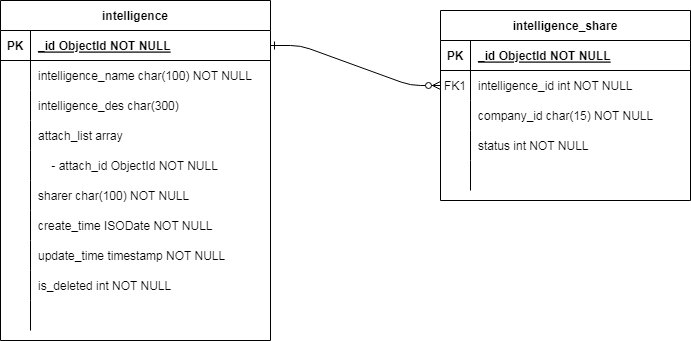
This is shared_intelligence.drawio.png from qiuliangbin/draw.io, a draw.io export, as it was before one commit. Source tidied: cells renumbered, new cells last; positions are measured from the earlier drawing's top-left corner, leaving out a move shared by most shapes.
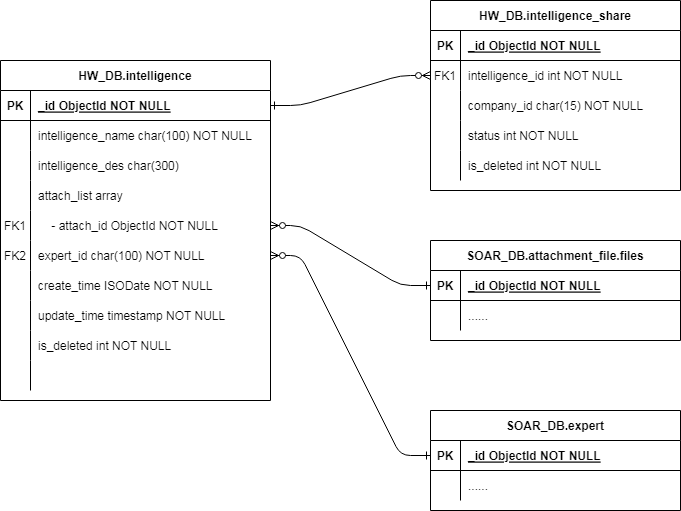
The same file after the commit.

The edit, as a diff of the source:
```diff
@@ -5,8 +5,8 @@
     <mxCell id="2" style="edgeStyle=entityRelationEdgeStyle;endArrow=ERzeroToMany;startArrow=ERone;endFill=1;startFill=0;" parent="1" edge="1" source="20" target="7">
       <mxGeometry relative="1" as="geometry" />
     </mxCell>
-    <mxCell id="3" value="intelligence_share" style="shape=table;startSize=30;rowLines=0;fontStyle=1;align=center;" parent="1" vertex="1">
-      <mxGeometry x="440" y="10" width="250" height="190" as="geometry" />
+    <mxCell id="3" value="HW_DB.intelligence_share" style="shape=table;startSize=30;rowLines=0;fontStyle=1;align=center;" parent="1" vertex="1">
+      <mxGeometry x="430" y="-60" width="250" height="190" as="geometry" />
     </mxCell>
     <mxCell id="4" style="shape=partialRectangle;fillColor=none;top=0;left=0;right=0;bottom=1;" parent="3" vertex="1">
       <mxGeometry y="30" width="250" height="30" as="geometry" />
@@ -50,10 +50,10 @@
     <mxCell id="17" style="shape=partialRectangle;overflow=hidden;fillColor=none;top=0;left=0;bottom=0;right=0;" parent="16" vertex="1">
       <mxGeometry width="30" height="30" as="geometry" />
     </mxCell>
-    <mxCell id="18" style="shape=partialRectangle;overflow=hidden;fillColor=none;top=0;left=0;bottom=0;right=0;align=left;spacingLeft=6;" parent="16" vertex="1">
+    <mxCell id="18" value="is_deleted int NOT NULL" style="shape=partialRectangle;overflow=hidden;fillColor=none;top=0;left=0;bottom=0;right=0;align=left;spacingLeft=6;" parent="16" vertex="1">
       <mxGeometry x="30" width="220" height="30" as="geometry" />
     </mxCell>
-    <mxCell id="19" value="intelligence" style="shape=table;startSize=30;rowLines=0;fontStyle=1;align=center;" parent="1" vertex="1">
+    <mxCell id="19" value="HW_DB.intelligence" style="shape=table;startSize=30;rowLines=0;fontStyle=1;align=center;" parent="1" vertex="1">
       <mxGeometry width="270" height="340" as="geometry" />
     </mxCell>
     <mxCell id="20" style="shape=partialRectangle;fillColor=none;points=[[0,0.5],[1,0.5]];portConstraint=eastwest;top=0;left=0;right=0;bottom=1;" parent="19" vertex="1">
@@ -95,7 +95,7 @@
     <mxCell id="32" style="shape=partialRectangle;fillColor=none;points=[[0,0.5],[1,0.5]];portConstraint=eastwest;top=0;left=0;right=0;bottom=0;" parent="19" vertex="1">
       <mxGeometry y="150" width="270" height="30" as="geometry" />
     </mxCell>
-    <mxCell id="33" style="shape=partialRectangle;overflow=hidden;fillColor=none;top=0;left=0;bottom=0;right=0;" parent="32" vertex="1">
+    <mxCell id="33" value="FK1" style="shape=partialRectangle;overflow=hidden;fillColor=none;top=0;left=0;bottom=0;right=0;" parent="32" vertex="1">
       <mxGeometry width="30" height="30" as="geometry" />
     </mxCell>
     <mxCell id="34" value="    - attach_id ObjectId NOT NULL" style="shape=partialRectangle;overflow=hidden;fillColor=none;top=0;left=0;bottom=0;right=0;align=left;spacingLeft=6;" parent="32" vertex="1">
@@ -104,10 +104,10 @@
     <mxCell id="35" style="shape=partialRectangle;fillColor=none;points=[[0,0.5],[1,0.5]];portConstraint=eastwest;top=0;left=0;right=0;bottom=0;" parent="19" vertex="1">
       <mxGeometry y="180" width="270" height="30" as="geometry" />
     </mxCell>
-    <mxCell id="36" style="shape=partialRectangle;overflow=hidden;fillColor=none;top=0;left=0;bottom=0;right=0;" parent="35" vertex="1">
+    <mxCell id="36" value="FK2" style="shape=partialRectangle;overflow=hidden;fillColor=none;top=0;left=0;bottom=0;right=0;" parent="35" vertex="1">
       <mxGeometry width="30" height="30" as="geometry" />
     </mxCell>
-    <mxCell id="37" value="sharer char(100) NOT NULL" style="shape=partialRectangle;overflow=hidden;fillColor=none;top=0;left=0;bottom=0;right=0;align=left;spacingLeft=6;" parent="35" vertex="1">
+    <mxCell id="37" value="expert_id char(100) NOT NULL" style="shape=partialRectangle;overflow=hidden;fillColor=none;top=0;left=0;bottom=0;right=0;align=left;spacingLeft=6;" parent="35" vertex="1">
       <mxGeometry x="30" width="240" height="30" as="geometry" />
     </mxCell>
     <mxCell id="38" style="shape=partialRectangle;fillColor=none;top=0;left=0;right=0;bottom=0;" parent="19" vertex="1">
@@ -146,5 +146,53 @@
     <mxCell id="49" style="shape=partialRectangle;overflow=hidden;fillColor=none;top=0;left=0;bottom=0;right=0;align=left;spacingLeft=6;" parent="47" vertex="1">
       <mxGeometry x="30" width="240" height="30" as="geometry" />
     </mxCell>
+    <mxCell id="50" value="SOAR_DB.attachment_file.files" style="shape=table;startSize=30;rowLines=0;fontStyle=1;align=center;" parent="1" vertex="1">
+      <mxGeometry x="430" y="180" width="250" height="100" as="geometry" />
+    </mxCell>
+    <mxCell id="51" style="shape=partialRectangle;fillColor=none;points=[[0,0.5],[1,0.5]];portConstraint=eastwest;top=0;left=0;right=0;bottom=1;" parent="50" vertex="1">
+      <mxGeometry y="30" width="250" height="30" as="geometry" />
+    </mxCell>
+    <mxCell id="52" value="PK" style="shape=partialRectangle;overflow=hidden;fillColor=none;top=0;left=0;bottom=0;right=0;fontStyle=1;" parent="51" vertex="1">
+      <mxGeometry width="30" height="30" as="geometry" />
+    </mxCell>
+    <mxCell id="53" value="_id ObjectId NOT NULL " style="shape=partialRectangle;overflow=hidden;fillColor=none;top=0;left=0;bottom=0;right=0;align=left;spacingLeft=6;fontStyle=5;" parent="51" vertex="1">
+      <mxGeometry x="30" width="220" height="30" as="geometry" />
+    </mxCell>
+    <mxCell id="54" style="shape=partialRectangle;fillColor=none;top=0;left=0;right=0;bottom=0;" parent="50" vertex="1">
+      <mxGeometry y="60" width="250" height="30" as="geometry" />
+    </mxCell>
+    <mxCell id="55" style="shape=partialRectangle;overflow=hidden;fillColor=none;top=0;left=0;bottom=0;right=0;" parent="54" vertex="1">
+      <mxGeometry width="30" height="30" as="geometry" />
+    </mxCell>
+    <mxCell id="56" value="......" style="shape=partialRectangle;overflow=hidden;fillColor=none;top=0;left=0;bottom=0;right=0;align=left;spacingLeft=6;" parent="54" vertex="1">
+      <mxGeometry x="30" width="220" height="30" as="geometry" />
+    </mxCell>
+    <mxCell id="57" style="edgeStyle=entityRelationEdgeStyle;endArrow=ERzeroToMany;startArrow=ERone;endFill=1;startFill=0;entryX=1;entryY=0.5;entryDx=0;entryDy=0;exitX=0;exitY=0.5;exitDx=0;exitDy=0;" parent="1" edge="1" source="51" target="32">
+      <mxGeometry relative="1" as="geometry" />
+    </mxCell>
+    <mxCell id="58" value="SOAR_DB.expert" style="shape=table;startSize=30;rowLines=0;fontStyle=1;align=center;" parent="1" vertex="1">
+      <mxGeometry x="430" y="350" width="250" height="100" as="geometry" />
+    </mxCell>
+    <mxCell id="59" style="shape=partialRectangle;fillColor=none;points=[[0,0.5],[1,0.5]];portConstraint=eastwest;top=0;left=0;right=0;bottom=1;" parent="58" vertex="1">
+      <mxGeometry y="30" width="250" height="30" as="geometry" />
+    </mxCell>
+    <mxCell id="60" value="PK" style="shape=partialRectangle;overflow=hidden;fillColor=none;top=0;left=0;bottom=0;right=0;fontStyle=1;" parent="59" vertex="1">
+      <mxGeometry width="30" height="30" as="geometry" />
+    </mxCell>
+    <mxCell id="61" value="_id ObjectId NOT NULL " style="shape=partialRectangle;overflow=hidden;fillColor=none;top=0;left=0;bottom=0;right=0;align=left;spacingLeft=6;fontStyle=5;" parent="59" vertex="1">
+      <mxGeometry x="30" width="220" height="30" as="geometry" />
+    </mxCell>
+    <mxCell id="62" style="shape=partialRectangle;fillColor=none;top=0;left=0;right=0;bottom=0;" parent="58" vertex="1">
+      <mxGeometry y="60" width="250" height="30" as="geometry" />
+    </mxCell>
+    <mxCell id="63" style="shape=partialRectangle;overflow=hidden;fillColor=none;top=0;left=0;bottom=0;right=0;" parent="62" vertex="1">
+      <mxGeometry width="30" height="30" as="geometry" />
+    </mxCell>
+    <mxCell id="64" value="......" style="shape=partialRectangle;overflow=hidden;fillColor=none;top=0;left=0;bottom=0;right=0;align=left;spacingLeft=6;" parent="62" vertex="1">
+      <mxGeometry x="30" width="220" height="30" as="geometry" />
+    </mxCell>
+    <mxCell id="65" style="edgeStyle=entityRelationEdgeStyle;endArrow=ERzeroToMany;startArrow=ERone;endFill=1;startFill=0;entryX=1;entryY=0.5;entryDx=0;entryDy=0;exitX=0;exitY=0.5;exitDx=0;exitDy=0;" parent="1" edge="1" source="59" target="35">
+      <mxGeometry relative="1" as="geometry" />
+    </mxCell>
   </root>
 </mxGraphModel>
```
